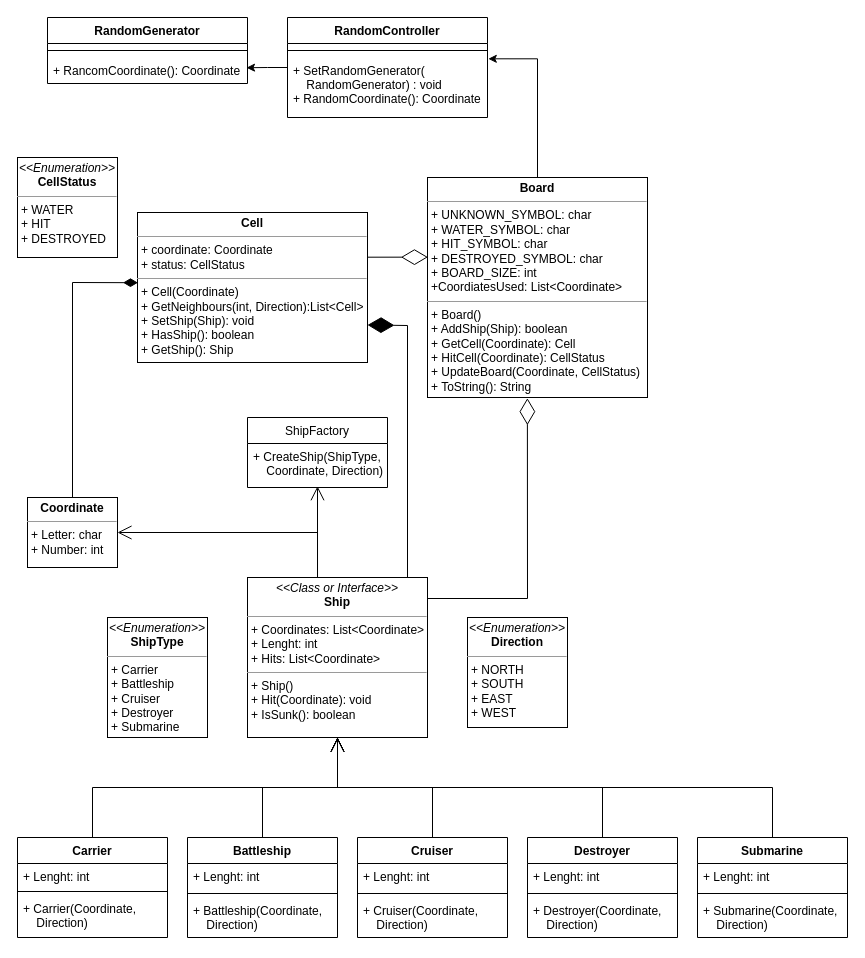
The draw.io diagram UML.drawio in CesarSnake/Battleship, before the edit. Source tidied: cells renumbered, new cells numbered last; positions are measured from the earlier drawing's top-left corner, leaving out a move shared by most shapes. Both pictures are drawn from the tidied source at 100%, with x=0, y=0 at pixel (17, 17).
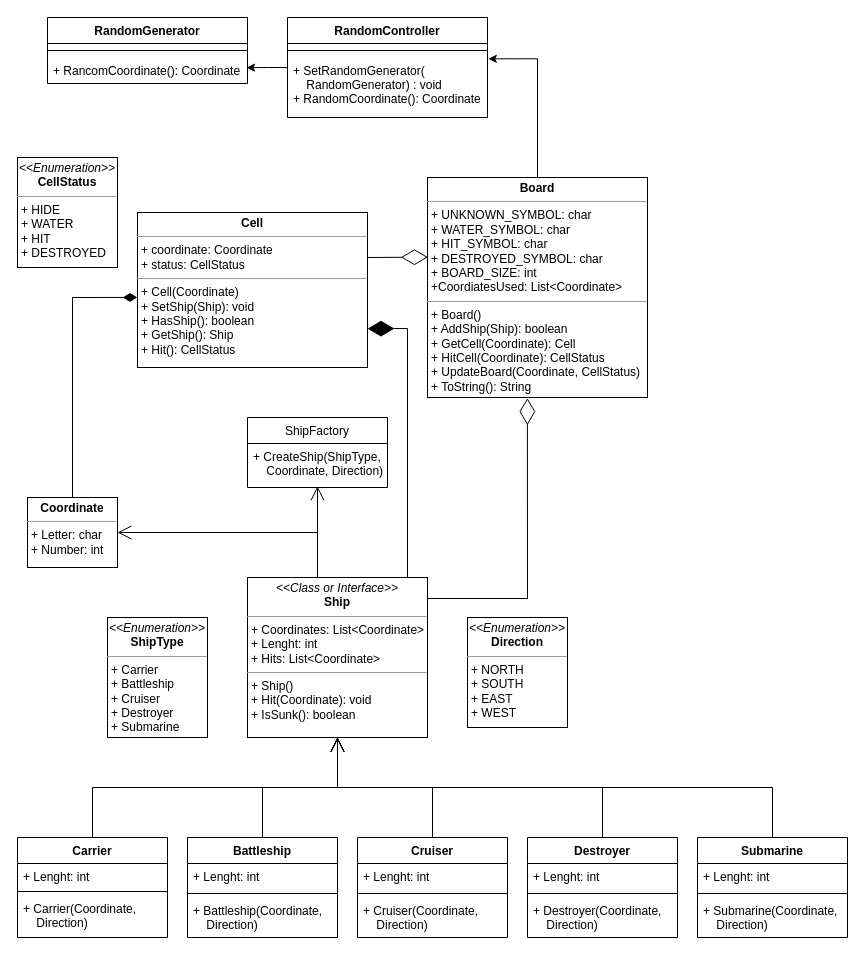
The same diagram, later.

Commit message (it also covers changes not shown here):
Added CellTests [Broke build] pending to do Cell class

The change refers to these unchanged cells:
```xml
<mxCell id="4" value="&lt;p style=&quot;margin: 0px ; margin-top: 4px ; text-align: center&quot;&gt;&lt;b&gt;Coordinate&lt;/b&gt;&lt;/p&gt;&lt;hr size=&quot;1&quot;&gt;&lt;p style=&quot;margin: 0px ; margin-left: 4px&quot;&gt;+ Letter: char&lt;/p&gt;&lt;p style=&quot;margin: 0px ; margin-left: 4px&quot;&gt;+ Number: int&lt;/p&gt;" style="verticalAlign=top;align=left;overflow=fill;fontSize=12;fontFamily=Helvetica;html=1;" parent="1" vertex="1">
  <mxGeometry x="10" y="480" width="90" height="70" as="geometry" />
</mxCell>
<mxCell id="26" value="&lt;p style=&quot;margin: 0px ; margin-top: 4px ; text-align: center&quot;&gt;&lt;b&gt;Board&lt;/b&gt;&lt;/p&gt;&lt;hr size=&quot;1&quot;&gt;&lt;p style=&quot;margin: 0px 0px 0px 4px&quot;&gt;+ UNKNOWN_SYMBOL: char&lt;/p&gt;&lt;p style=&quot;margin: 0px ; margin-left: 4px&quot;&gt;+ WATER_SYMBOL: char&lt;br&gt;&lt;/p&gt;&lt;p style=&quot;margin: 0px ; margin-left: 4px&quot;&gt;&lt;span&gt;+ HIT_SYMBOL: char&lt;/span&gt;&lt;br&gt;&lt;/p&gt;&lt;p style=&quot;margin: 0px ; margin-left: 4px&quot;&gt;+ DESTROYED_SYMBOL: char&lt;br&gt;+ BOARD_SIZE: int&lt;br&gt;+CoordiatesUsed: List&amp;lt;Coordinate&amp;gt;&lt;/p&gt;&lt;hr size=&quot;1&quot;&gt;&lt;p style=&quot;margin: 0px ; margin-left: 4px&quot;&gt;+ Board()&lt;/p&gt;&lt;p style=&quot;margin: 0px ; margin-left: 4px&quot;&gt;+ AddShip(Ship): boolean&lt;/p&gt;&lt;p style=&quot;margin: 0px ; margin-left: 4px&quot;&gt;+ GetCell(Coordinate): Cell&lt;br&gt;&lt;/p&gt;&lt;p style=&quot;margin: 0px ; margin-left: 4px&quot;&gt;+ HitCell(Coordinate): CellStatus&lt;/p&gt;&lt;p style=&quot;margin: 0px ; margin-left: 4px&quot;&gt;+ UpdateBoard(Coordinate, CellStatus)&lt;/p&gt;&lt;p style=&quot;margin: 0px ; margin-left: 4px&quot;&gt;+ ToString(): String&lt;/p&gt;&lt;p style=&quot;margin: 0px ; margin-left: 4px&quot;&gt;&lt;br&gt;&lt;/p&gt;" style="verticalAlign=top;align=left;overflow=fill;fontSize=12;fontFamily=Helvetica;html=1;" parent="1" vertex="1">
  <mxGeometry x="410" y="160" width="220" height="220" as="geometry" />
</mxCell>
```

What changed in the source:
```diff
@@
-    <mxCell id="27" value="&lt;p style=&quot;margin: 0px ; margin-top: 4px ; text-align: center&quot;&gt;&lt;b&gt;Cell&lt;/b&gt;&lt;/p&gt;&lt;hr size=&quot;1&quot;&gt;&lt;p style=&quot;margin: 0px ; margin-left: 4px&quot;&gt;+ coordinate: Coordinate&lt;/p&gt;&lt;p style=&quot;margin: 0px ; margin-left: 4px&quot;&gt;+ status: CellStatus&lt;/p&gt;&lt;hr size=&quot;1&quot;&gt;&lt;p style=&quot;margin: 0px ; margin-left: 4px&quot;&gt;+ Cell(Coordinate)&lt;/p&gt;&lt;p style=&quot;margin: 0px ; margin-left: 4px&quot;&gt;+ GetNeighbours(int, Direction):List&amp;lt;Cell&amp;gt;&lt;/p&gt;&lt;p style=&quot;margin: 0px ; margin-left: 4px&quot;&gt;+ SetShip(Ship): void&lt;/p&gt;&lt;p style=&quot;margin: 0px ; margin-left: 4px&quot;&gt;+ HasShip(): boolean&lt;/p&gt;&lt;p style=&quot;margin: 0px ; margin-left: 4px&quot;&gt;+ GetShip(): Ship&lt;/p&gt;" style="verticalAlign=top;align=left;overflow=fill;fontSize=12;fontFamily=Helvetica;html=1;" parent="1" vertex="1">
-      <mxGeometry x="120" y="195" width="230" height="150" as="geometry" />
+    <mxCell id="27" value="&lt;p style=&quot;margin: 0px ; margin-top: 4px ; text-align: center&quot;&gt;&lt;b&gt;Cell&lt;/b&gt;&lt;/p&gt;&lt;hr size=&quot;1&quot;&gt;&lt;p style=&quot;margin: 0px ; margin-left: 4px&quot;&gt;+ coordinate: Coordinate&lt;/p&gt;&lt;p style=&quot;margin: 0px ; margin-left: 4px&quot;&gt;+ status: CellStatus&lt;/p&gt;&lt;hr size=&quot;1&quot;&gt;&lt;p style=&quot;margin: 0px ; margin-left: 4px&quot;&gt;+ Cell(Coordinate)&lt;/p&gt;&lt;p style=&quot;margin: 0px ; margin-left: 4px&quot;&gt;+ SetShip(Ship): void&lt;/p&gt;&lt;p style=&quot;margin: 0px ; margin-left: 4px&quot;&gt;+ HasShip(): boolean&lt;/p&gt;&lt;p style=&quot;margin: 0px ; margin-left: 4px&quot;&gt;+ GetShip(): Ship&lt;/p&gt;&lt;p style=&quot;margin: 0px ; margin-left: 4px&quot;&gt;+ Hit(): CellStatus&lt;/p&gt;&lt;p style=&quot;margin: 0px ; margin-left: 4px&quot;&gt;&lt;br&gt;&lt;/p&gt;" style="verticalAlign=top;align=left;overflow=fill;fontSize=12;fontFamily=Helvetica;html=1;" parent="1" vertex="1">
+      <mxGeometry x="120" y="195" width="230" height="155" as="geometry" />
     </mxCell>
-    <mxCell id="28" style="endArrow=diamondThin;endFill=0;endSize=24;html=1;rounded=0;entryX=0.002;entryY=0.362;entryDx=0;entryDy=0;entryPerimeter=0;exitX=1.001;exitY=0.298;exitDx=0;exitDy=0;exitPerimeter=0;" parent="1" edge="1" source="27" target="26">
-      <mxGeometry relative="1" as="geometry" />
+    <mxCell id="28" style="endArrow=diamondThin;endFill=0;endSize=24;html=1;rounded=0;entryX=0.002;entryY=0.362;entryDx=0;entryDy=0;entryPerimeter=0;" parent="1" edge="1" target="26">
+      <mxGeometry relative="1" as="geometry">
+        <mxPoint x="350" y="240" as="sourcePoint" />
+      </mxGeometry>
     </mxCell>
-    <mxCell id="29" style="endArrow=diamondThin;endFill=1;endSize=12;html=1;rounded=0;entryX=0.002;entryY=0.468;entryDx=0;entryDy=0;exitX=0.5;exitY=0;exitDx=0;exitDy=0;entryPerimeter=0;" parent="1" edge="1" source="4" target="27">
+    <mxCell id="29" style="endArrow=diamondThin;endFill=1;endSize=12;html=1;rounded=0;exitX=0.5;exitY=0;exitDx=0;exitDy=0;entryX=0;entryY=0.548;entryDx=0;entryDy=0;entryPerimeter=0;" parent="1" edge="1" source="4" target="27">
       <mxGeometry relative="1" as="geometry">
         <Array as="points">
-          <mxPoint x="55" y="265" />
+          <mxPoint x="55" y="280" />
         </Array>
       </mxGeometry>
     </mxCell>
@@
-    <mxCell id="36" value="&lt;p style=&quot;margin: 0px ; margin-top: 4px ; text-align: center&quot;&gt;&lt;i&gt;&amp;lt;&amp;lt;Enumeration&amp;gt;&amp;gt;&lt;/i&gt;&lt;br&gt;&lt;b&gt;CellStatus&lt;/b&gt;&lt;/p&gt;&lt;hr size=&quot;1&quot;&gt;&lt;p style=&quot;margin: 0px ; margin-left: 4px&quot;&gt;+ WATER&lt;br&gt;&lt;/p&gt;&lt;p style=&quot;margin: 0px ; margin-left: 4px&quot;&gt;+ HIT&lt;/p&gt;&lt;p style=&quot;margin: 0px ; margin-left: 4px&quot;&gt;+ DESTROYED&lt;/p&gt;" style="verticalAlign=top;align=left;overflow=fill;fontSize=12;fontFamily=Helvetica;html=1;" parent="1" vertex="1">
-      <mxGeometry y="140" width="100" height="100" as="geometry" />
+    <mxCell id="36" value="&lt;p style=&quot;margin: 0px ; margin-top: 4px ; text-align: center&quot;&gt;&lt;i&gt;&amp;lt;&amp;lt;Enumeration&amp;gt;&amp;gt;&lt;/i&gt;&lt;br&gt;&lt;b&gt;CellStatus&lt;/b&gt;&lt;/p&gt;&lt;hr size=&quot;1&quot;&gt;&lt;p style=&quot;margin: 0px ; margin-left: 4px&quot;&gt;+ HIDE&lt;/p&gt;&lt;p style=&quot;margin: 0px ; margin-left: 4px&quot;&gt;+ WATER&lt;br&gt;&lt;/p&gt;&lt;p style=&quot;margin: 0px ; margin-left: 4px&quot;&gt;+ HIT&lt;/p&gt;&lt;p style=&quot;margin: 0px ; margin-left: 4px&quot;&gt;+ DESTROYED&lt;/p&gt;" style="verticalAlign=top;align=left;overflow=fill;fontSize=12;fontFamily=Helvetica;html=1;" parent="1" vertex="1">
+      <mxGeometry y="140" width="100" height="110" as="geometry" />
     </mxCell>
@@
     <mxCell id="42" style="endArrow=diamondThin;endFill=1;endSize=24;html=1;rounded=0;entryX=1;entryY=0.75;entryDx=0;entryDy=0;" parent="1" edge="1" target="27">
       <mxGeometry relative="1" as="geometry">
         <mxPoint x="390" y="560" as="sourcePoint" />
         <Array as="points">
-          <mxPoint x="390" y="308" />
+          <mxPoint x="390" y="311" />
         </Array>
       </mxGeometry>
     </mxCell>
```
